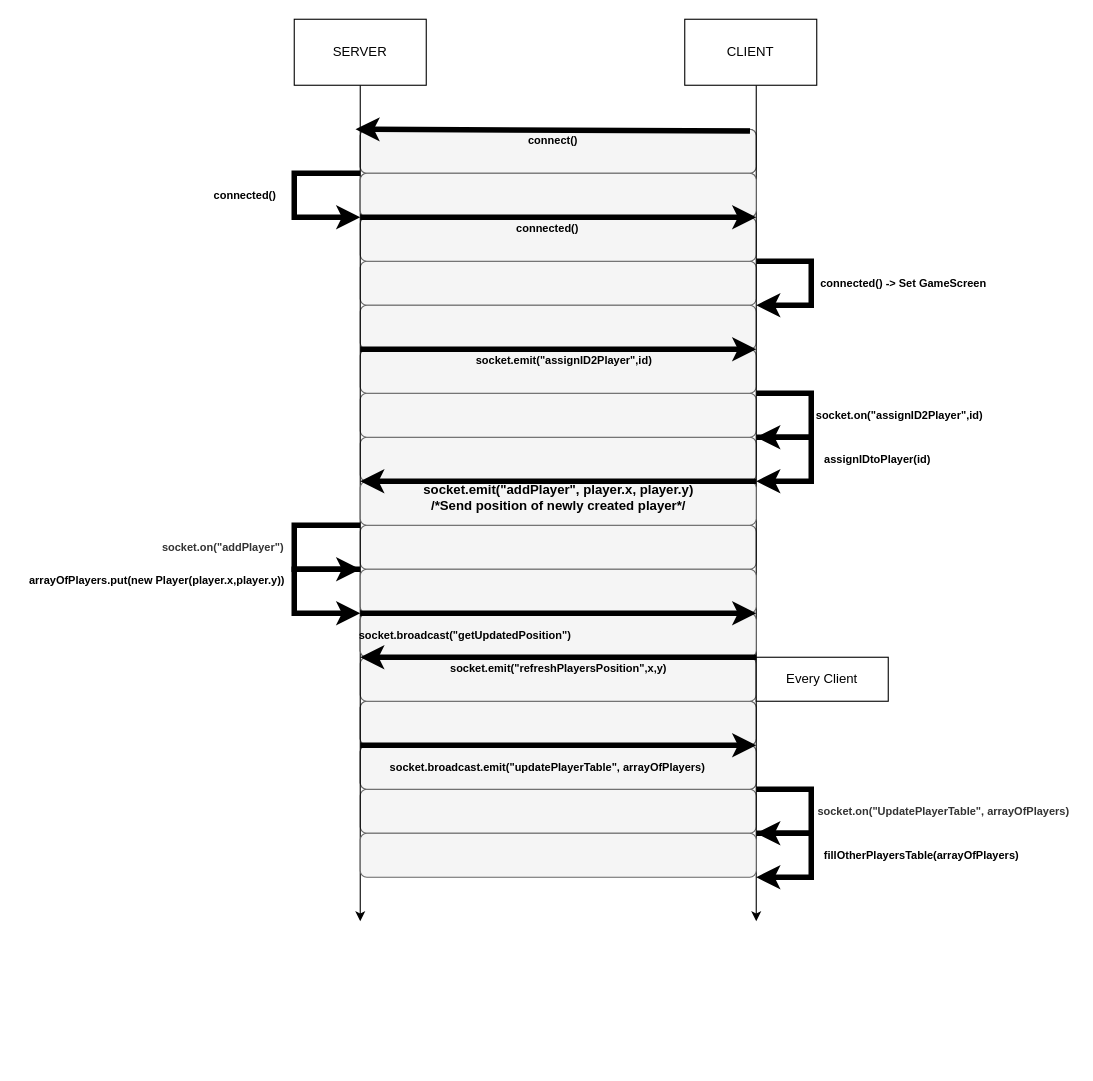
Earlier version of the draw.io diagram doc/UpdatePlayerOnConnect.drawio (alexkomazec/masterProjectV2_Server). Source tidied: cells renumbered, new cells numbered last; positions are measured from the earlier drawing's top-left corner, leaving out a move shared by most shapes. Both pictures are drawn from the tidied source at 110%, with x=0, y=0 at pixel (19, 19).
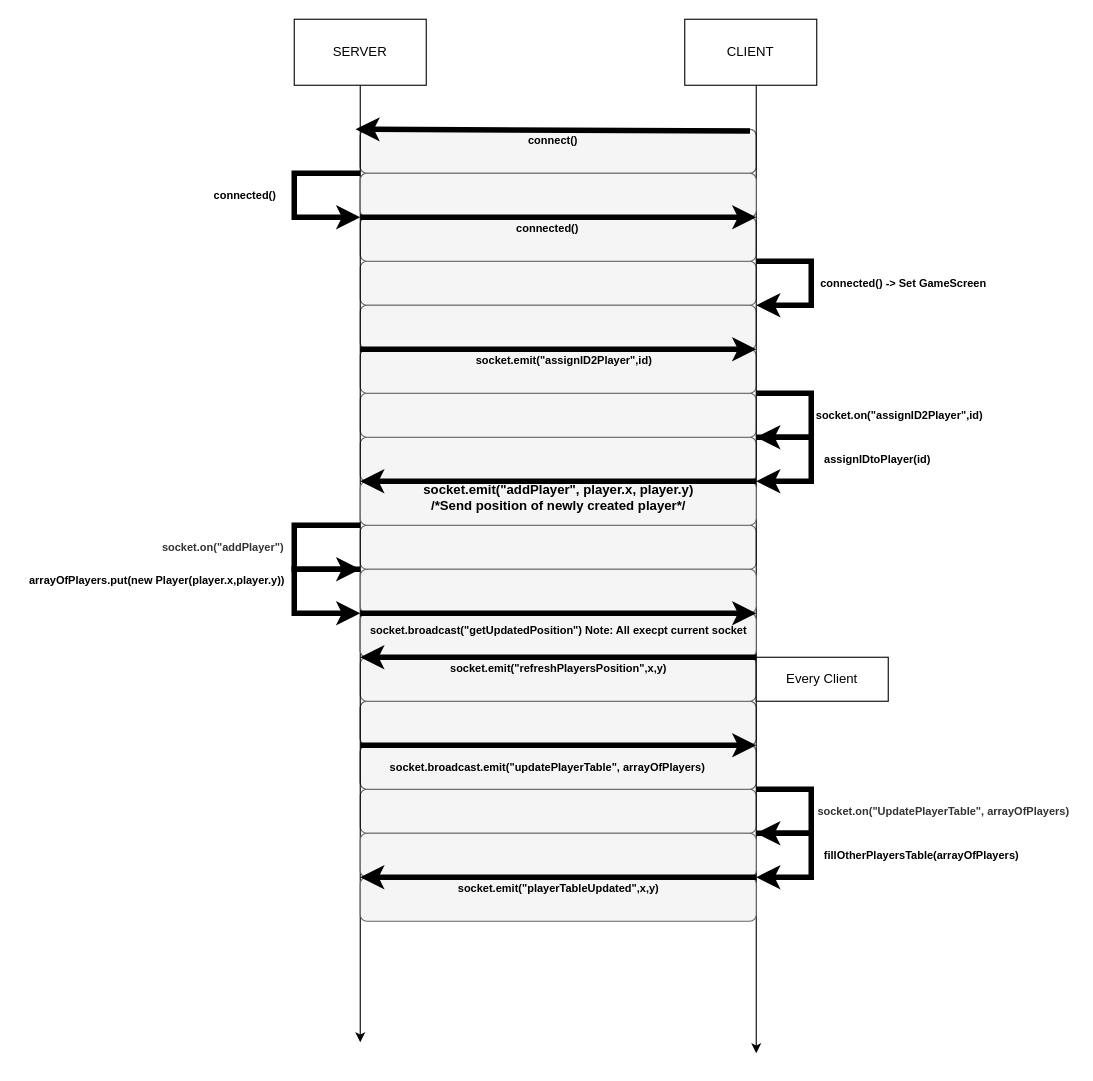
The same diagram, later.

The change refers to these unchanged cells:
```xml
<mxCell id="20" value="SERVER" style="rounded=0;whiteSpace=wrap;html=1;" parent="1" vertex="1">
  <mxGeometry x="250" width="120" height="60" as="geometry" />
</mxCell>
<mxCell id="22" value="CLIENT" style="rounded=0;whiteSpace=wrap;html=1;" parent="1" vertex="1">
  <mxGeometry x="605" width="120" height="60" as="geometry" />
</mxCell>
<mxCell id="59" style="group;" parent="1" vertex="1">
  <mxGeometry x="310" y="540" width="360" height="30" as="geometry" />
</mxCell>
```

The edit, as a diff of the source:
```diff
@@
     <mxCell id="19" style="edgeStyle=orthogonalEdgeStyle;rounded=0;jettySize=auto;html=1;" parent="1" edge="1" source="20">
       <mxGeometry relative="1" as="geometry">
-        <mxPoint x="310" y="820" as="targetPoint" />
+        <mxPoint x="310" y="930" as="targetPoint" />
       </mxGeometry>
     </mxCell>
@@
     <mxCell id="21" style="edgeStyle=orthogonalEdgeStyle;rounded=0;jettySize=auto;html=1;" parent="1" edge="1" source="22">
       <mxGeometry relative="1" as="geometry">
-        <mxPoint x="670" y="820" as="targetPoint" />
+        <mxPoint x="670" y="940" as="targetPoint" />
         <Array as="points">
           <mxPoint x="670" y="380" />
           <mxPoint x="670" y="380" />
         </Array>
       </mxGeometry>
     </mxCell>
@@
-    <mxCell id="61" value="&lt;span style=&quot;font-size: 10px&quot;&gt;socket.broadcast(&quot;getUpdatedPosition&quot;)&lt;/span&gt;" style="text;html=1;align=center;verticalAlign=middle;strokeColor=none;fillColor=none;fontStyle=1;" parent="59" vertex="1">
-      <mxGeometry x="-10" y="10" width="210" height="20" as="geometry" />
+    <mxCell id="61" value="&lt;span style=&quot;font-size: 10px&quot;&gt;socket.broadcast(&quot;getUpdatedPosition&quot;) Note: All execpt current socket&lt;/span&gt;" style="text;html=1;align=center;verticalAlign=middle;strokeColor=none;fillColor=none;fontStyle=1;" parent="59" vertex="1">
+      <mxGeometry y="5" width="360" height="20" as="geometry" />
     </mxCell>
@@
+    <mxCell id="65" style="rounded=1;whiteSpace=wrap;html=1;fontSize=10;fillColor=#f5f5f5;fontColor=#333333;strokeColor=#666666;" parent="1" vertex="1">
+      <mxGeometry x="310" y="780" width="360" height="40" as="geometry" />
+    </mxCell>
+    <mxCell id="66" style="group;" parent="1" vertex="1">
+      <mxGeometry x="310" y="780" width="360" height="20" as="geometry" />
+    </mxCell>
+    <mxCell id="67" style="endArrow=classic;html=1;rounded=0;strokeWidth=5;" parent="66" edge="1">
+      <mxGeometry relative="1" as="geometry">
+        <mxPoint x="360" as="sourcePoint" />
+        <mxPoint as="targetPoint" />
+      </mxGeometry>
+    </mxCell>
+    <mxCell id="68" value="&lt;span style=&quot;font-size: 10px&quot;&gt;socket.emit(&quot;playerTableUpdated&quot;,x,y)&lt;/span&gt;" style="text;html=1;align=center;verticalAlign=middle;strokeColor=none;fillColor=none;fontStyle=1;" parent="66" vertex="1">
+      <mxGeometry x="80" width="200" height="20" as="geometry" />
+    </mxCell>
```
